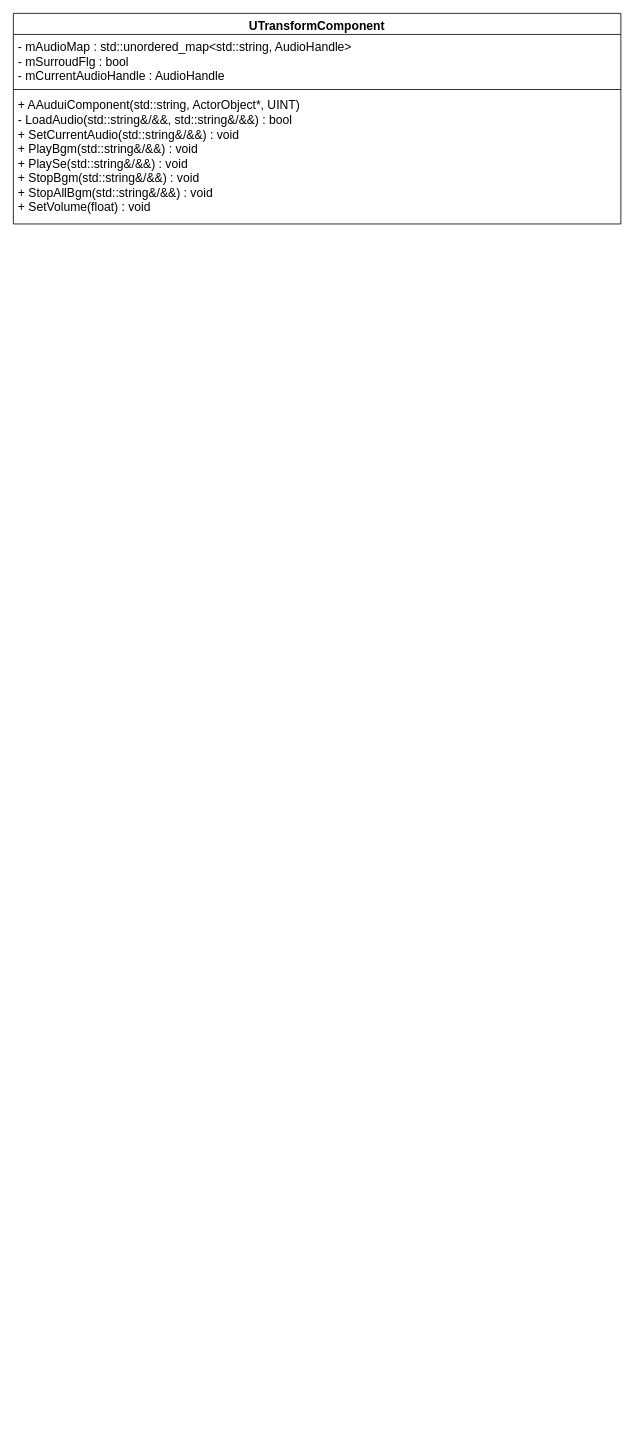
Earlier version of the draw.io diagram page "UComponent" (9 of 9) of HycFrame3D.drawio (HIBICUS-CAI/HycFrame3D). Source tidied: cells renumbered, new cells numbered last; positions are measured from the earlier drawing's top-left corner, leaving out a move shared by most shapes. Both pictures are drawn from the tidied source at 81%, with x=0, y=0 at pixel (13, 13).
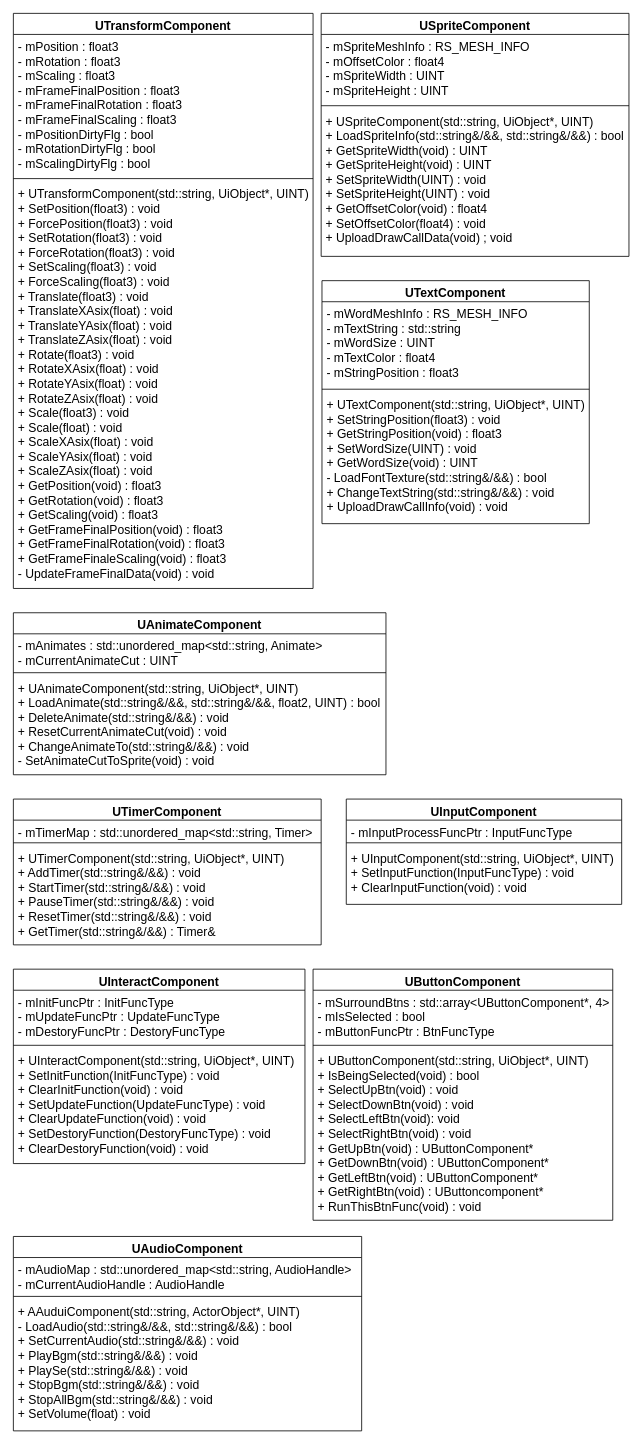
The same diagram, later.

What changed in the source:
```diff
@@
     <mxCell id="2" value="UTransformComponent" style="swimlane;fontStyle=1;align=center;verticalAlign=top;horizontal=1;startSize=26;fontSize=15;" parent="1" vertex="1">
-      <mxGeometry width="750" height="260" as="geometry" />
+      <mxGeometry width="370" height="710" as="geometry" />
     </mxCell>
-    <mxCell id="3" value="- mAudioMap : std::unordered_map&lt;std::string, AudioHandle&gt;&#10;- mSurroudFlg : bool&#10;- mCurrentAudioHandle : AudioHandle" style="text;strokeColor=none;fillColor=none;align=left;verticalAlign=top;spacingLeft=4;spacingRight=4;overflow=hidden;fontSize=15;" parent="2" vertex="1">
-      <mxGeometry y="26" width="750" height="64" as="geometry" />
+    <mxCell id="3" value="- mPosition : float3&#10;- mRotation : float3&#10;- mScaling : float3&#10;- mFrameFinalPosition : float3&#10;- mFrameFinalRotation : float3&#10;- mFrameFinalScaling : float3&#10;- mPositionDirtyFlg : bool&#10;- mRotationDirtyFlg : bool&#10;- mScalingDirtyFlg : bool" style="text;strokeColor=none;fillColor=none;align=left;verticalAlign=top;spacingLeft=4;spacingRight=4;overflow=hidden;fontSize=15;" parent="2" vertex="1">
+      <mxGeometry y="26" width="370" height="174" as="geometry" />
     </mxCell>
     <mxCell id="4" style="line;strokeWidth=1;fillColor=none;align=left;verticalAlign=middle;spacingTop=-1;spacingLeft=3;spacingRight=3;labelPosition=right;" parent="2" vertex="1">
-      <mxGeometry y="90" width="750" height="8" as="geometry" />
+      <mxGeometry y="200" width="370" height="8" as="geometry" />
     </mxCell>
-    <mxCell id="5" value="+ AAuduiComponent(std::string, ActorObject*, UINT)&#10;- LoadAudio(std::string&amp;/&amp;&amp;, std::string&amp;/&amp;&amp;) : bool&#10;+ SetCurrentAudio(std::string&amp;/&amp;&amp;) : void&#10;+ PlayBgm(std::string&amp;/&amp;&amp;) : void&#10;+ PlaySe(std::string&amp;/&amp;&amp;) : void&#10;+ StopBgm(std::string&amp;/&amp;&amp;) : void&#10;+ StopAllBgm(std::string&amp;/&amp;&amp;) : void&#10;+ SetVolume(float) : void" style="text;strokeColor=none;fillColor=none;align=left;verticalAlign=top;spacingLeft=4;spacingRight=4;overflow=hidden;fontSize=15;" parent="2" vertex="1">
-      <mxGeometry y="98" width="750" height="162" as="geometry" />
+    <mxCell id="5" value="+ UTransformComponent(std::string, UiObject*, UINT)&#10;+ SetPosition(float3) : void&#10;+ ForcePosition(float3) : void&#10;+ SetRotation(float3) : void&#10;+ ForceRotation(float3) : void&#10;+ SetScaling(float3) : void&#10;+ ForceScaling(float3) : void&#10;+ Translate(float3) : void&#10;+ TranslateXAsix(float) : void&#10;+ TranslateYAsix(float) : void&#10;+ TranslateZAsix(float) : void&#10;+ Rotate(float3) : void&#10;+ RotateXAsix(float) : void&#10;+ RotateYAsix(float) : void&#10;+ RotateZAsix(float) : void&#10;+ Scale(float3) : void&#10;+ Scale(float) : void&#10;+ ScaleXAsix(float) : void&#10;+ ScaleYAsix(float) : void&#10;+ ScaleZAsix(float) : void&#10;+ GetPosition(void) : float3&#10;+ GetRotation(void) : float3&#10;+ GetScaling(void) : float3&#10;+ GetFrameFinalPosition(void) : float3&#10;+ GetFrameFinalRotation(void) : float3&#10;+ GetFrameFinaleScaling(void) : float3&#10;- UpdateFrameFinalData(void) : void" style="text;strokeColor=none;fillColor=none;align=left;verticalAlign=top;spacingLeft=4;spacingRight=4;overflow=hidden;fontSize=15;" parent="2" vertex="1">
+      <mxGeometry y="208" width="370" height="502" as="geometry" />
     </mxCell>
+    <mxCell id="6" value="USpriteComponent" style="swimlane;fontStyle=1;align=center;verticalAlign=top;horizontal=1;startSize=26;fontSize=15;" parent="1" vertex="1">
+      <mxGeometry x="380" width="380" height="300" as="geometry" />
+    </mxCell>
+    <mxCell id="7" value="- mSpriteMeshInfo : RS_MESH_INFO&#10;- mOffsetColor : float4&#10;- mSpriteWidth : UINT&#10;- mSpriteHeight : UINT" style="text;strokeColor=none;fillColor=none;align=left;verticalAlign=top;spacingLeft=4;spacingRight=4;overflow=hidden;fontSize=15;" parent="6" vertex="1">
+      <mxGeometry y="26" width="380" height="84" as="geometry" />
+    </mxCell>
+    <mxCell id="8" style="line;strokeWidth=1;fillColor=none;align=left;verticalAlign=middle;spacingTop=-1;spacingLeft=3;spacingRight=3;labelPosition=right;" parent="6" vertex="1">
+      <mxGeometry y="110" width="380" height="8" as="geometry" />
+    </mxCell>
+    <mxCell id="9" value="+ USpriteComponent(std::string, UiObject*, UINT)&#10;+ LoadSpriteInfo(std::string&amp;/&amp;&amp;, std::string&amp;/&amp;&amp;) : bool&#10;+ GetSpriteWidth(void) : UINT&#10;+ GetSpriteHeight(void) : UINT&#10;+ SetSpriteWidth(UINT) : void&#10;+ SetSpriteHeight(UINT) : void&#10;+ GetOffsetColor(void) : float4&#10;+ SetOffsetColor(float4) : void&#10;+ UploadDrawCallData(void) ; void" style="text;strokeColor=none;fillColor=none;align=left;verticalAlign=top;spacingLeft=4;spacingRight=4;overflow=hidden;fontSize=15;" parent="6" vertex="1">
+      <mxGeometry y="118" width="380" height="182" as="geometry" />
+    </mxCell>
+    <mxCell id="10" value="UAnimateComponent" style="swimlane;fontStyle=1;align=center;verticalAlign=top;horizontal=1;startSize=26;fontSize=15;" parent="1" vertex="1">
+      <mxGeometry y="740" width="460" height="200" as="geometry" />
+    </mxCell>
+    <mxCell id="11" value="- mAnimates : std::unordered_map&lt;std::string, Animate&gt;&#10;- mCurrentAnimateCut : UINT" style="text;strokeColor=none;fillColor=none;align=left;verticalAlign=top;spacingLeft=4;spacingRight=4;overflow=hidden;fontSize=15;" parent="10" vertex="1">
+      <mxGeometry y="26" width="460" height="44" as="geometry" />
+    </mxCell>
+    <mxCell id="12" style="line;strokeWidth=1;fillColor=none;align=left;verticalAlign=middle;spacingTop=-1;spacingLeft=3;spacingRight=3;labelPosition=right;" parent="10" vertex="1">
+      <mxGeometry y="70" width="460" height="8" as="geometry" />
+    </mxCell>
+    <mxCell id="13" value="+ UAnimateComponent(std::string, UiObject*, UINT)&#10;+ LoadAnimate(std::string&amp;/&amp;&amp;, std::string&amp;/&amp;&amp;, float2, UINT) : bool&#10;+ DeleteAnimate(std::string&amp;/&amp;&amp;) : void&#10;+ ResetCurrentAnimateCut(void) : void&#10;+ ChangeAnimateTo(std::string&amp;/&amp;&amp;) : void&#10;- SetAnimateCutToSprite(void) : void" style="text;strokeColor=none;fillColor=none;align=left;verticalAlign=top;spacingLeft=4;spacingRight=4;overflow=hidden;fontSize=15;" parent="10" vertex="1">
+      <mxGeometry y="78" width="460" height="122" as="geometry" />
+    </mxCell>
+    <mxCell id="14" value="UTextComponent" style="swimlane;fontStyle=1;align=center;verticalAlign=top;horizontal=1;startSize=26;fontSize=15;" parent="1" vertex="1">
+      <mxGeometry x="381" y="330" width="330" height="300" as="geometry" />
+    </mxCell>
+    <mxCell id="15" value="- mWordMeshInfo : RS_MESH_INFO&#10;- mTextString : std::string&#10;- mWordSize : UINT&#10;- mTextColor : float4&#10;- mStringPosition : float3" style="text;strokeColor=none;fillColor=none;align=left;verticalAlign=top;spacingLeft=4;spacingRight=4;overflow=hidden;fontSize=15;" parent="14" vertex="1">
+      <mxGeometry y="26" width="330" height="104" as="geometry" />
+    </mxCell>
+    <mxCell id="16" style="line;strokeWidth=1;fillColor=none;align=left;verticalAlign=middle;spacingTop=-1;spacingLeft=3;spacingRight=3;labelPosition=right;" parent="14" vertex="1">
+      <mxGeometry y="130" width="330" height="8" as="geometry" />
+    </mxCell>
+    <mxCell id="17" value="+ UTextComponent(std::string, UiObject*, UINT)&#10;+ SetStringPosition(float3) : void&#10;+ GetStringPosition(void) : float3&#10;+ SetWordSize(UINT) : void&#10;+ GetWordSize(void) : UINT&#10;- LoadFontTexture(std::string&amp;/&amp;&amp;) : bool&#10;+ ChangeTextString(std::string&amp;/&amp;&amp;) : void&#10;+ UploadDrawCallInfo(void) : void" style="text;strokeColor=none;fillColor=none;align=left;verticalAlign=top;spacingLeft=4;spacingRight=4;overflow=hidden;fontSize=15;" parent="14" vertex="1">
+      <mxGeometry y="138" width="330" height="162" as="geometry" />
+    </mxCell>
+    <mxCell id="18" value="UTimerComponent" style="swimlane;fontStyle=1;align=center;verticalAlign=top;horizontal=1;startSize=26;fontSize=15;" parent="1" vertex="1">
+      <mxGeometry y="970" width="380" height="180" as="geometry" />
+    </mxCell>
+    <mxCell id="19" value="- mTimerMap : std::unordered_map&lt;std::string, Timer&gt;" style="text;strokeColor=none;fillColor=none;align=left;verticalAlign=top;spacingLeft=4;spacingRight=4;overflow=hidden;fontSize=15;" parent="18" vertex="1">
+      <mxGeometry y="26" width="380" height="24" as="geometry" />
+    </mxCell>
+    <mxCell id="20" style="line;strokeWidth=1;fillColor=none;align=left;verticalAlign=middle;spacingTop=-1;spacingLeft=3;spacingRight=3;labelPosition=right;" parent="18" vertex="1">
+      <mxGeometry y="50" width="380" height="8" as="geometry" />
+    </mxCell>
+    <mxCell id="21" value="+ UTimerComponent(std::string, UiObject*, UINT)&#10;+ AddTimer(std::string&amp;/&amp;&amp;) : void&#10;+ StartTimer(std::string&amp;/&amp;&amp;) : void&#10;+ PauseTimer(std::string&amp;/&amp;&amp;) : void&#10;+ ResetTimer(std::string&amp;/&amp;&amp;) : void&#10;+ GetTimer(std::string&amp;/&amp;&amp;) : Timer&amp;" style="text;strokeColor=none;fillColor=none;align=left;verticalAlign=top;spacingLeft=4;spacingRight=4;overflow=hidden;fontSize=15;" parent="18" vertex="1">
+      <mxGeometry y="58" width="380" height="122" as="geometry" />
+    </mxCell>
+    <mxCell id="22" value="UInputComponent" style="swimlane;fontStyle=1;align=center;verticalAlign=top;horizontal=1;startSize=26;fontSize=15;" parent="1" vertex="1">
+      <mxGeometry x="411" y="970" width="340" height="130" as="geometry" />
+    </mxCell>
+    <mxCell id="23" value="- mInputProcessFuncPtr : InputFuncType" style="text;strokeColor=none;fillColor=none;align=left;verticalAlign=top;spacingLeft=4;spacingRight=4;overflow=hidden;fontSize=15;" parent="22" vertex="1">
+      <mxGeometry y="26" width="340" height="24" as="geometry" />
+    </mxCell>
+    <mxCell id="24" style="line;strokeWidth=1;fillColor=none;align=left;verticalAlign=middle;spacingTop=-1;spacingLeft=3;spacingRight=3;labelPosition=right;" parent="22" vertex="1">
+      <mxGeometry y="50" width="340" height="8" as="geometry" />
+    </mxCell>
+    <mxCell id="25" value="+ UInputComponent(std::string, UiObject*, UINT)&#10;+ SetInputFunction(InputFuncType) : void&#10;+ ClearInputFunction(void) : void" style="text;strokeColor=none;fillColor=none;align=left;verticalAlign=top;spacingLeft=4;spacingRight=4;overflow=hidden;fontSize=15;" parent="22" vertex="1">
+      <mxGeometry y="58" width="340" height="72" as="geometry" />
+    </mxCell>
+    <mxCell id="26" value="UInteractComponent" style="swimlane;fontStyle=1;align=center;verticalAlign=top;horizontal=1;startSize=26;fontSize=15;" parent="1" vertex="1">
+      <mxGeometry y="1180" width="360" height="240" as="geometry" />
+    </mxCell>
+    <mxCell id="27" value="- mInitFuncPtr : InitFuncType&#10;- mUpdateFuncPtr : UpdateFuncType&#10;- mDestoryFuncPtr : DestoryFuncType" style="text;strokeColor=none;fillColor=none;align=left;verticalAlign=top;spacingLeft=4;spacingRight=4;overflow=hidden;fontSize=15;" parent="26" vertex="1">
+      <mxGeometry y="26" width="360" height="64" as="geometry" />
+    </mxCell>
+    <mxCell id="28" style="line;strokeWidth=1;fillColor=none;align=left;verticalAlign=middle;spacingTop=-1;spacingLeft=3;spacingRight=3;labelPosition=right;" parent="26" vertex="1">
+      <mxGeometry y="90" width="360" height="8" as="geometry" />
+    </mxCell>
+    <mxCell id="29" value="+ UInteractComponent(std::string, UiObject*, UINT)&#10;+ SetInitFunction(InitFuncType) : void&#10;+ ClearInitFunction(void) : void&#10;+ SetUpdateFunction(UpdateFuncType) : void&#10;+ ClearUpdateFunction(void) : void&#10;+ SetDestoryFunction(DestoryFuncType) : void&#10;+ ClearDestoryFunction(void) : void" style="text;strokeColor=none;fillColor=none;align=left;verticalAlign=top;spacingLeft=4;spacingRight=4;overflow=hidden;fontSize=15;" parent="26" vertex="1">
+      <mxGeometry y="98" width="360" height="142" as="geometry" />
+    </mxCell>
+    <mxCell id="30" value="UButtonComponent" style="swimlane;fontStyle=1;align=center;verticalAlign=top;horizontal=1;startSize=26;fontSize=15;" parent="1" vertex="1">
+      <mxGeometry x="370" y="1180" width="370" height="310" as="geometry" />
+    </mxCell>
+    <mxCell id="31" value="- mSurroundBtns : std::array&lt;UButtonComponent*, 4&gt;&#10;- mIsSelected : bool&#10;- mButtonFuncPtr : BtnFuncType" style="text;strokeColor=none;fillColor=none;align=left;verticalAlign=top;spacingLeft=4;spacingRight=4;overflow=hidden;fontSize=15;" parent="30" vertex="1">
+      <mxGeometry y="26" width="370" height="64" as="geometry" />
+    </mxCell>
+    <mxCell id="32" style="line;strokeWidth=1;fillColor=none;align=left;verticalAlign=middle;spacingTop=-1;spacingLeft=3;spacingRight=3;labelPosition=right;" parent="30" vertex="1">
+      <mxGeometry y="90" width="370" height="8" as="geometry" />
+    </mxCell>
+    <mxCell id="33" value="+ UButtonComponent(std::string, UiObject*, UINT)&#10;+ IsBeingSelected(void) : bool&#10;+ SelectUpBtn(void) : void&#10;+ SelectDownBtn(void) : void&#10;+ SelectLeftBtn(void): void&#10;+ SelectRightBtn(void) : void&#10;+ GetUpBtn(void) : UButtonComponent*&#10;+ GetDownBtn(void) : UButtonComponent*&#10;+ GetLeftBtn(void) : UButtonComponent*&#10;+ GetRightBtn(void) : UButtoncomponent*&#10;+ RunThisBtnFunc(void) : void" style="text;strokeColor=none;fillColor=none;align=left;verticalAlign=top;spacingLeft=4;spacingRight=4;overflow=hidden;fontSize=15;" parent="30" vertex="1">
+      <mxGeometry y="98" width="370" height="212" as="geometry" />
+    </mxCell>
+    <mxCell id="34" value="UAudioComponent" style="swimlane;fontStyle=1;align=center;verticalAlign=top;horizontal=1;startSize=26;fontSize=15;" parent="1" vertex="1">
+      <mxGeometry y="1510" width="430" height="240" as="geometry" />
+    </mxCell>
+    <mxCell id="35" value="- mAudioMap : std::unordered_map&lt;std::string, AudioHandle&gt;&#10;- mCurrentAudioHandle : AudioHandle" style="text;strokeColor=none;fillColor=none;align=left;verticalAlign=top;spacingLeft=4;spacingRight=4;overflow=hidden;fontSize=15;" parent="34" vertex="1">
+      <mxGeometry y="26" width="430" height="44" as="geometry" />
+    </mxCell>
+    <mxCell id="36" style="line;strokeWidth=1;fillColor=none;align=left;verticalAlign=middle;spacingTop=-1;spacingLeft=3;spacingRight=3;labelPosition=right;" parent="34" vertex="1">
+      <mxGeometry y="70" width="430" height="8" as="geometry" />
+    </mxCell>
+    <mxCell id="37" value="+ AAuduiComponent(std::string, ActorObject*, UINT)&#10;- LoadAudio(std::string&amp;/&amp;&amp;, std::string&amp;/&amp;&amp;) : bool&#10;+ SetCurrentAudio(std::string&amp;/&amp;&amp;) : void&#10;+ PlayBgm(std::string&amp;/&amp;&amp;) : void&#10;+ PlaySe(std::string&amp;/&amp;&amp;) : void&#10;+ StopBgm(std::string&amp;/&amp;&amp;) : void&#10;+ StopAllBgm(std::string&amp;/&amp;&amp;) : void&#10;+ SetVolume(float) : void" style="text;strokeColor=none;fillColor=none;align=left;verticalAlign=top;spacingLeft=4;spacingRight=4;overflow=hidden;fontSize=15;" parent="34" vertex="1">
+      <mxGeometry y="78" width="430" height="162" as="geometry" />
+    </mxCell>
```
